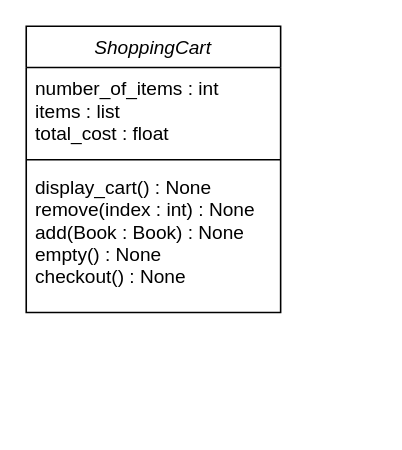
This is Design_Documents/Untitled Diagram.drawio from TanHess/Methods_And_Tools_Group_Project, a draw.io file, before an edit. Source tidied: cells renumbered, new cells numbered last; positions are measured from the earlier drawing's top-left corner, leaving out a move shared by most shapes. Both pictures are drawn from the tidied source at 159%, with x=0, y=0 at pixel (25, 25).
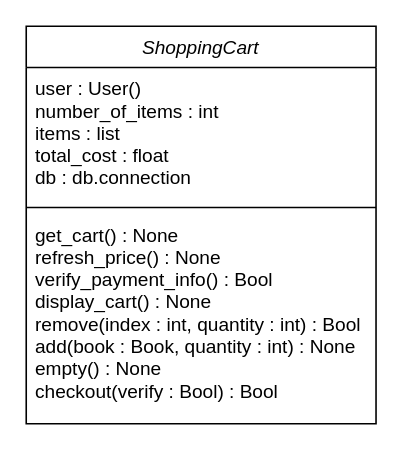
The same diagram, later.

The edit, as a diff of the source:
```diff
@@
 <mxGraphModel>
   <root>
     <mxCell id="0" />
     <mxCell id="1" parent="0" />
     <mxCell id="2" value="ShoppingCart" style="swimlane;fontStyle=2;align=center;verticalAlign=top;horizontal=1;startSize=26;rounded=0;shadow=0;strokeWidth=1;" parent="1" vertex="1">
-      <mxGeometry width="160" height="180" as="geometry" />
+      <mxGeometry width="220" height="250" as="geometry" />
     </mxCell>
-    <mxCell id="3" value="number_of_items : int&#10;items : list&#10;total_cost : float&#10;" style="text;align=left;verticalAlign=top;spacingLeft=4;spacingRight=4;overflow=hidden;rounded=0;shadow=0;html=0;" parent="2" vertex="1">
-      <mxGeometry y="26" width="160" height="54" as="geometry" />
+    <mxCell id="3" value="user : User() &#10;number_of_items : int&#10;items : list&#10;total_cost : float&#10;db : db.connection&#10;" style="text;align=left;verticalAlign=top;spacingLeft=4;spacingRight=4;overflow=hidden;rounded=0;shadow=0;html=0;" parent="2" vertex="1">
+      <mxGeometry y="26" width="220" height="84" as="geometry" />
     </mxCell>
     <mxCell id="4" style="line;html=1;strokeWidth=1;align=left;verticalAlign=middle;spacingTop=-1;spacingLeft=3;spacingRight=3;labelPosition=right;" parent="2" vertex="1">
-      <mxGeometry y="80" width="160" height="8" as="geometry" />
+      <mxGeometry y="110" width="220" height="8" as="geometry" />
     </mxCell>
-    <mxCell id="5" value="display_cart() : None&#10;remove(index : int) : None&#10;add(Book : Book) : None&#10;empty() : None&#10;checkout() : None" style="text;align=left;verticalAlign=top;spacingLeft=4;spacingRight=4;overflow=hidden;" parent="2" vertex="1">
-      <mxGeometry y="88" width="160" height="92" as="geometry" />
+    <mxCell id="5" value="get_cart() : None&#10;refresh_price() : None&#10;verify_payment_info() : Bool&#10;display_cart() : None&#10;remove(index : int, quantity : int) : Bool&#10;add(book : Book, quantity : int) : None&#10;empty() : None&#10;checkout(verify : Bool) : Bool" style="text;align=left;verticalAlign=top;spacingLeft=4;spacingRight=4;overflow=hidden;" parent="2" vertex="1">
+      <mxGeometry y="118" width="220" height="132" as="geometry" />
     </mxCell>
   </root>
 </mxGraphModel>
```
